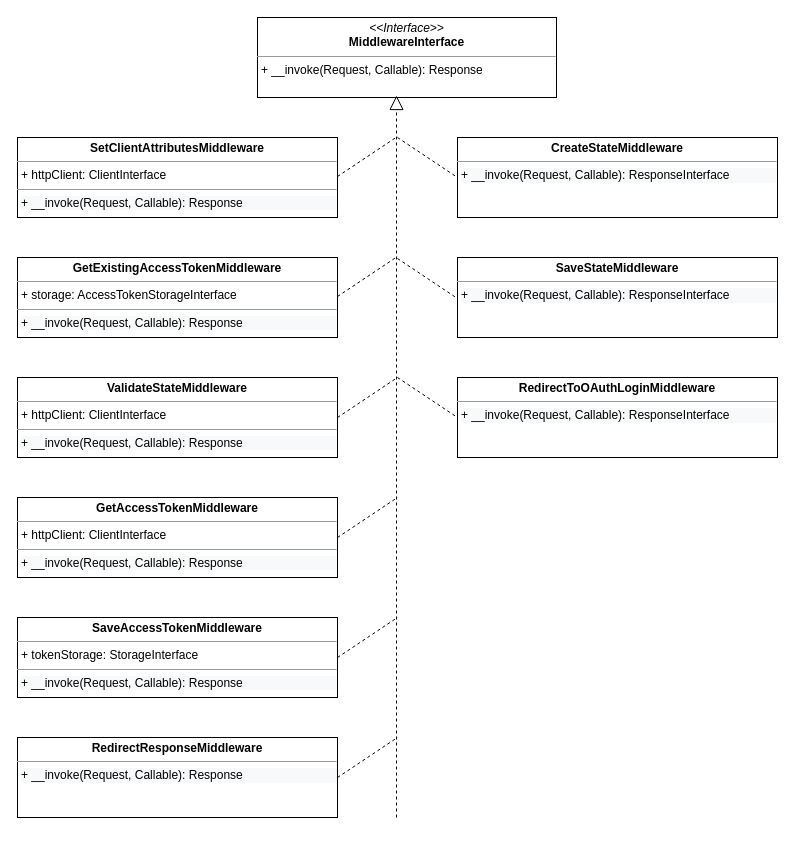
The draw.io diagram page "Page-1" (1 of 3) of oauth.drawio in andrzej-pakula/oauth-api-connector-bundle, before the edit. Source tidied: cells renumbered, new cells numbered last; positions are measured from the earlier drawing's top-left corner, leaving out a move shared by most shapes. Both pictures are drawn from the tidied source at 100%, with x=0, y=0 at pixel (17, 17).
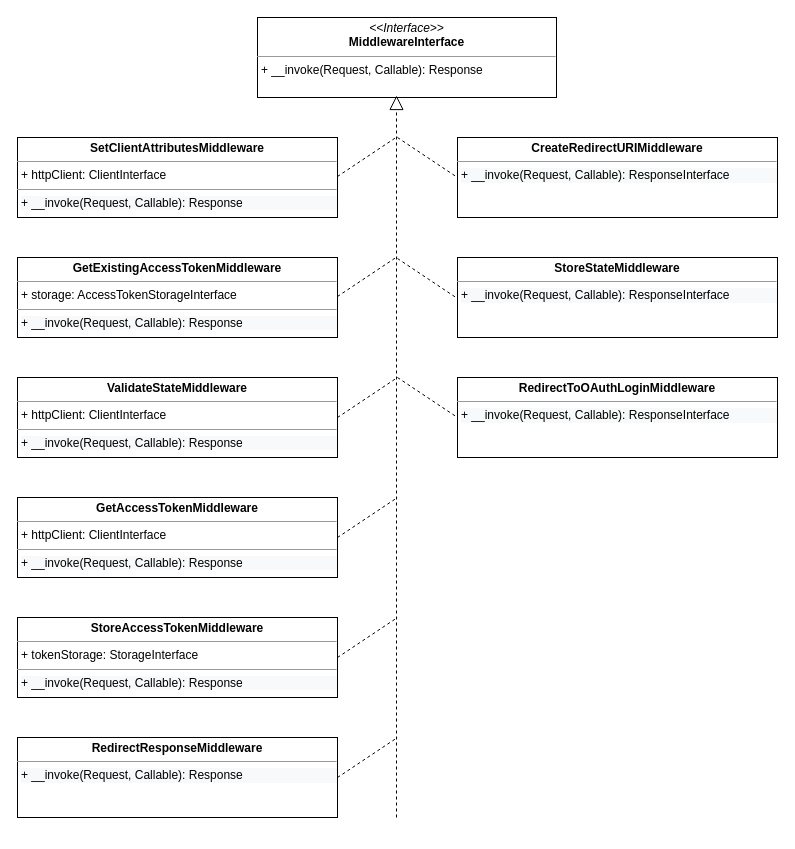
After the change.

What changed in the source:
```diff
@@
-    <mxCell id="4" value="&lt;p style=&quot;margin: 0px ; margin-top: 4px ; text-align: center&quot;&gt;&lt;b&gt;SaveAccessTokenMiddleware&lt;/b&gt;&lt;/p&gt;&lt;hr size=&quot;1&quot;&gt;&lt;p style=&quot;margin: 0px ; margin-left: 4px&quot;&gt;+ tokenStorage: StorageInterface&lt;/p&gt;&lt;hr size=&quot;1&quot;&gt;&lt;p style=&quot;margin: 0px ; margin-left: 4px&quot;&gt;&lt;span style=&quot;color: rgb(0 , 0 , 0) ; font-family: &amp;#34;helvetica&amp;#34; ; font-size: 12px ; font-style: normal ; font-weight: 400 ; letter-spacing: normal ; text-align: left ; text-indent: 0px ; text-transform: none ; word-spacing: 0px ; background-color: rgb(248 , 249 , 250) ; float: none ; display: inline&quot;&gt;&lt;/span&gt;&lt;/p&gt;&lt;p style=&quot;color: rgb(0 , 0 , 0) ; font-family: &amp;#34;helvetica&amp;#34; ; font-size: 12px ; font-style: normal ; font-weight: 400 ; letter-spacing: normal ; text-align: left ; text-indent: 0px ; text-transform: none ; word-spacing: 0px ; background-color: rgb(248 , 249 , 250) ; margin: 0px 0px 0px 4px&quot;&gt;&lt;span&gt;+ __invoke(Request, Callable): Response&lt;/span&gt;&lt;/p&gt;" style="verticalAlign=top;align=left;overflow=fill;fontSize=12;fontFamily=Helvetica;html=1;" parent="1" vertex="1">
+    <mxCell id="4" value="&lt;p style=&quot;margin: 0px ; margin-top: 4px ; text-align: center&quot;&gt;&lt;b&gt;StoreAccessTokenMiddleware&lt;/b&gt;&lt;/p&gt;&lt;hr size=&quot;1&quot;&gt;&lt;p style=&quot;margin: 0px ; margin-left: 4px&quot;&gt;+ tokenStorage: StorageInterface&lt;/p&gt;&lt;hr size=&quot;1&quot;&gt;&lt;p style=&quot;margin: 0px ; margin-left: 4px&quot;&gt;&lt;span style=&quot;color: rgb(0 , 0 , 0) ; font-family: &amp;#34;helvetica&amp;#34; ; font-size: 12px ; font-style: normal ; font-weight: 400 ; letter-spacing: normal ; text-align: left ; text-indent: 0px ; text-transform: none ; word-spacing: 0px ; background-color: rgb(248 , 249 , 250) ; float: none ; display: inline&quot;&gt;&lt;/span&gt;&lt;/p&gt;&lt;p style=&quot;color: rgb(0 , 0 , 0) ; font-family: &amp;#34;helvetica&amp;#34; ; font-size: 12px ; font-style: normal ; font-weight: 400 ; letter-spacing: normal ; text-align: left ; text-indent: 0px ; text-transform: none ; word-spacing: 0px ; background-color: rgb(248 , 249 , 250) ; margin: 0px 0px 0px 4px&quot;&gt;&lt;span&gt;+ __invoke(Request, Callable): Response&lt;/span&gt;&lt;/p&gt;" style="verticalAlign=top;align=left;overflow=fill;fontSize=12;fontFamily=Helvetica;html=1;" parent="1" vertex="1">
       <mxGeometry y="600" width="320" height="80" as="geometry" />
     </mxCell>
@@
-    <mxCell id="6" value="&lt;p style=&quot;margin: 0px ; margin-top: 4px ; text-align: center&quot;&gt;&lt;b&gt;CreateStateMiddleware&lt;/b&gt;&lt;/p&gt;&lt;hr size=&quot;1&quot;&gt;&lt;p style=&quot;margin: 0px ; margin-left: 4px&quot;&gt;&lt;/p&gt;&lt;p style=&quot;margin: 0px ; margin-left: 4px&quot;&gt;&lt;span style=&quot;color: rgb(0 , 0 , 0) ; font-family: &amp;#34;helvetica&amp;#34; ; font-size: 12px ; font-style: normal ; font-weight: 400 ; letter-spacing: normal ; text-align: left ; text-indent: 0px ; text-transform: none ; word-spacing: 0px ; background-color: rgb(248 , 249 , 250) ; float: none ; display: inline&quot;&gt;&lt;/span&gt;&lt;/p&gt;&lt;p style=&quot;color: rgb(0 , 0 , 0) ; font-family: &amp;#34;helvetica&amp;#34; ; font-size: 12px ; font-style: normal ; font-weight: 400 ; letter-spacing: normal ; text-align: left ; text-indent: 0px ; text-transform: none ; word-spacing: 0px ; background-color: rgb(248 , 249 , 250) ; margin: 0px 0px 0px 4px&quot;&gt;&lt;span&gt;+ __invoke(Request, Callable): ResponseInterface&lt;/span&gt;&lt;/p&gt;" style="verticalAlign=top;align=left;overflow=fill;fontSize=12;fontFamily=Helvetica;html=1;" parent="1" vertex="1">
+    <mxCell id="6" value="&lt;p style=&quot;margin: 0px ; margin-top: 4px ; text-align: center&quot;&gt;&lt;b&gt;CreateRedirectURIMiddleware&lt;/b&gt;&lt;/p&gt;&lt;hr size=&quot;1&quot;&gt;&lt;p style=&quot;margin: 0px ; margin-left: 4px&quot;&gt;&lt;/p&gt;&lt;p style=&quot;margin: 0px ; margin-left: 4px&quot;&gt;&lt;span style=&quot;color: rgb(0 , 0 , 0) ; font-family: &amp;#34;helvetica&amp;#34; ; font-size: 12px ; font-style: normal ; font-weight: 400 ; letter-spacing: normal ; text-align: left ; text-indent: 0px ; text-transform: none ; word-spacing: 0px ; background-color: rgb(248 , 249 , 250) ; float: none ; display: inline&quot;&gt;&lt;/span&gt;&lt;/p&gt;&lt;p style=&quot;color: rgb(0 , 0 , 0) ; font-family: &amp;#34;helvetica&amp;#34; ; font-size: 12px ; font-style: normal ; font-weight: 400 ; letter-spacing: normal ; text-align: left ; text-indent: 0px ; text-transform: none ; word-spacing: 0px ; background-color: rgb(248 , 249 , 250) ; margin: 0px 0px 0px 4px&quot;&gt;&lt;span&gt;+ __invoke(Request, Callable): ResponseInterface&lt;/span&gt;&lt;/p&gt;" style="verticalAlign=top;align=left;overflow=fill;fontSize=12;fontFamily=Helvetica;html=1;" parent="1" vertex="1">
       <mxGeometry x="440" y="120" width="320" height="80" as="geometry" />
     </mxCell>
-    <mxCell id="7" value="&lt;p style=&quot;margin: 0px ; margin-top: 4px ; text-align: center&quot;&gt;&lt;b&gt;SaveStateMiddleware&lt;/b&gt;&lt;/p&gt;&lt;hr size=&quot;1&quot;&gt;&lt;p style=&quot;margin: 0px ; margin-left: 4px&quot;&gt;&lt;/p&gt;&lt;p style=&quot;margin: 0px ; margin-left: 4px&quot;&gt;&lt;span style=&quot;color: rgb(0 , 0 , 0) ; font-family: &amp;#34;helvetica&amp;#34; ; font-size: 12px ; font-style: normal ; font-weight: 400 ; letter-spacing: normal ; text-align: left ; text-indent: 0px ; text-transform: none ; word-spacing: 0px ; background-color: rgb(248 , 249 , 250) ; float: none ; display: inline&quot;&gt;&lt;/span&gt;&lt;/p&gt;&lt;p style=&quot;color: rgb(0 , 0 , 0) ; font-family: &amp;#34;helvetica&amp;#34; ; font-size: 12px ; font-style: normal ; font-weight: 400 ; letter-spacing: normal ; text-align: left ; text-indent: 0px ; text-transform: none ; word-spacing: 0px ; background-color: rgb(248 , 249 , 250) ; margin: 0px 0px 0px 4px&quot;&gt;&lt;span&gt;+ __invoke(Request, Callable): ResponseInterface&lt;/span&gt;&lt;/p&gt;" style="verticalAlign=top;align=left;overflow=fill;fontSize=12;fontFamily=Helvetica;html=1;" parent="1" vertex="1">
+    <mxCell id="7" value="&lt;p style=&quot;margin: 0px ; margin-top: 4px ; text-align: center&quot;&gt;&lt;b&gt;StoreStateMiddleware&lt;/b&gt;&lt;/p&gt;&lt;hr size=&quot;1&quot;&gt;&lt;p style=&quot;margin: 0px ; margin-left: 4px&quot;&gt;&lt;/p&gt;&lt;p style=&quot;margin: 0px ; margin-left: 4px&quot;&gt;&lt;span style=&quot;color: rgb(0 , 0 , 0) ; font-family: &amp;#34;helvetica&amp;#34; ; font-size: 12px ; font-style: normal ; font-weight: 400 ; letter-spacing: normal ; text-align: left ; text-indent: 0px ; text-transform: none ; word-spacing: 0px ; background-color: rgb(248 , 249 , 250) ; float: none ; display: inline&quot;&gt;&lt;/span&gt;&lt;/p&gt;&lt;p style=&quot;color: rgb(0 , 0 , 0) ; font-family: &amp;#34;helvetica&amp;#34; ; font-size: 12px ; font-style: normal ; font-weight: 400 ; letter-spacing: normal ; text-align: left ; text-indent: 0px ; text-transform: none ; word-spacing: 0px ; background-color: rgb(248 , 249 , 250) ; margin: 0px 0px 0px 4px&quot;&gt;&lt;span&gt;+ __invoke(Request, Callable): ResponseInterface&lt;/span&gt;&lt;/p&gt;" style="verticalAlign=top;align=left;overflow=fill;fontSize=12;fontFamily=Helvetica;html=1;" parent="1" vertex="1">
       <mxGeometry x="440" y="240" width="320" height="80" as="geometry" />
     </mxCell>
```
